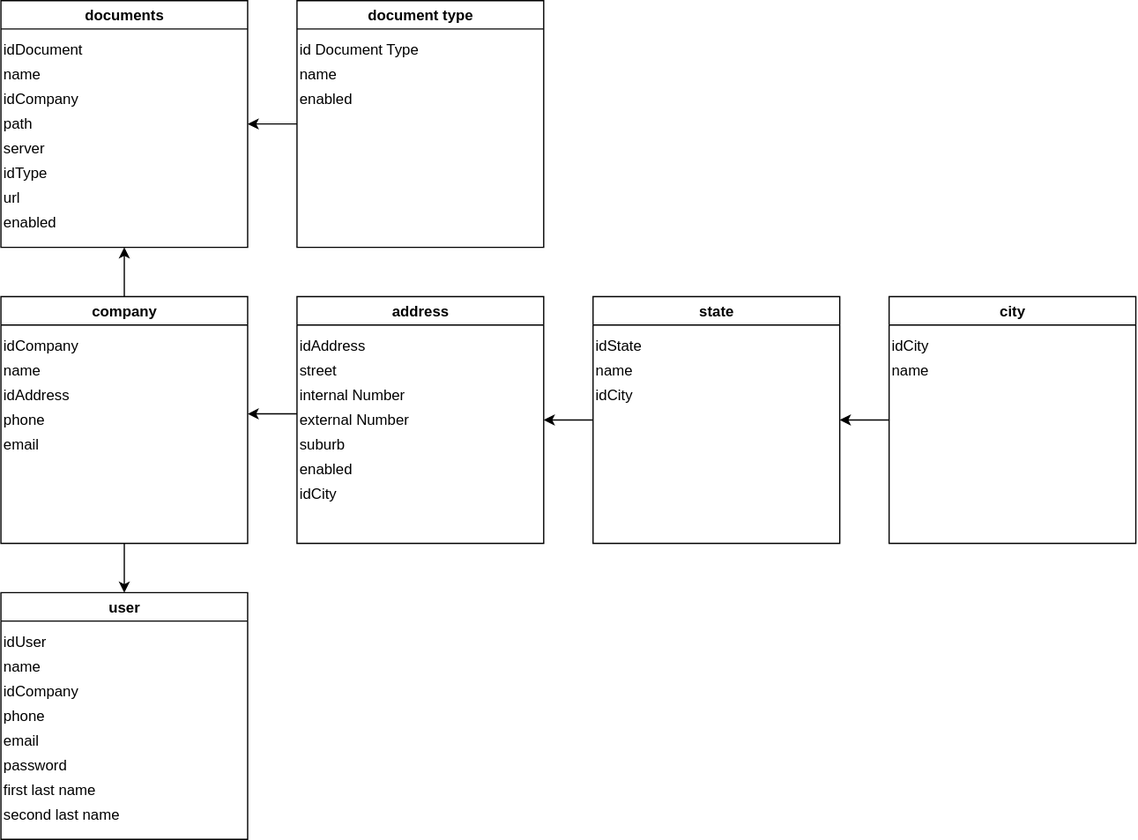
Before: dawio/modelo.drawio.svg, a diagram exported from draw.io (carlosj-mc99/jc-investments). Source tidied: cells renumbered, new cells last; positions are measured from the earlier drawing's top-left corner, leaving out a move shared by most shapes.
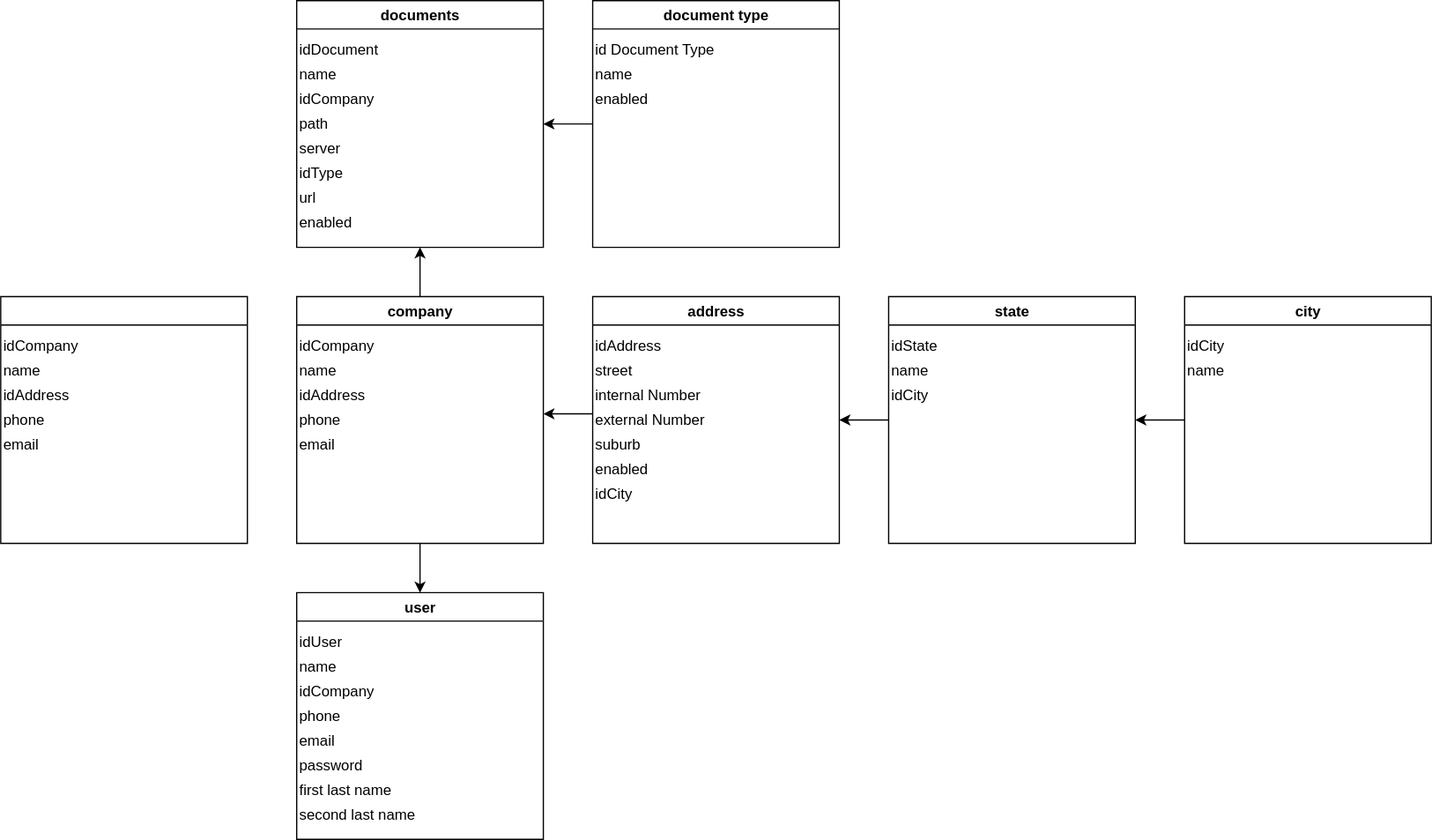
The same diagram one commit later.

What changed in the source:
```diff
@@ -153,5 +153,23 @@
     <mxCell id="50" value="enabled" style="text;html=1;align=left;verticalAlign=middle;whiteSpace=wrap;rounded=0;" parent="47" vertex="1">
       <mxGeometry y="70" width="200" height="20" as="geometry" />
     </mxCell>
+    <mxCell id="51" style="swimlane;whiteSpace=wrap;html=1;" parent="1" vertex="1">
+      <mxGeometry x="-240" y="240" width="200" height="200" as="geometry" />
+    </mxCell>
+    <mxCell id="52" value="idCompany" style="text;html=1;align=left;verticalAlign=middle;whiteSpace=wrap;rounded=0;" parent="51" vertex="1">
+      <mxGeometry y="30" width="200" height="20" as="geometry" />
+    </mxCell>
+    <mxCell id="53" value="name" style="text;html=1;align=left;verticalAlign=middle;whiteSpace=wrap;rounded=0;" parent="51" vertex="1">
+      <mxGeometry y="50" width="200" height="20" as="geometry" />
+    </mxCell>
+    <mxCell id="54" value="idAddress" style="text;html=1;align=left;verticalAlign=middle;whiteSpace=wrap;rounded=0;" parent="51" vertex="1">
+      <mxGeometry y="70" width="200" height="20" as="geometry" />
+    </mxCell>
+    <mxCell id="55" value="phone" style="text;html=1;align=left;verticalAlign=middle;whiteSpace=wrap;rounded=0;" parent="51" vertex="1">
+      <mxGeometry y="90" width="200" height="20" as="geometry" />
+    </mxCell>
+    <mxCell id="56" value="email" style="text;html=1;align=left;verticalAlign=middle;whiteSpace=wrap;rounded=0;" parent="51" vertex="1">
+      <mxGeometry y="110" width="200" height="20" as="geometry" />
+    </mxCell>
   </root>
 </mxGraphModel>
```
